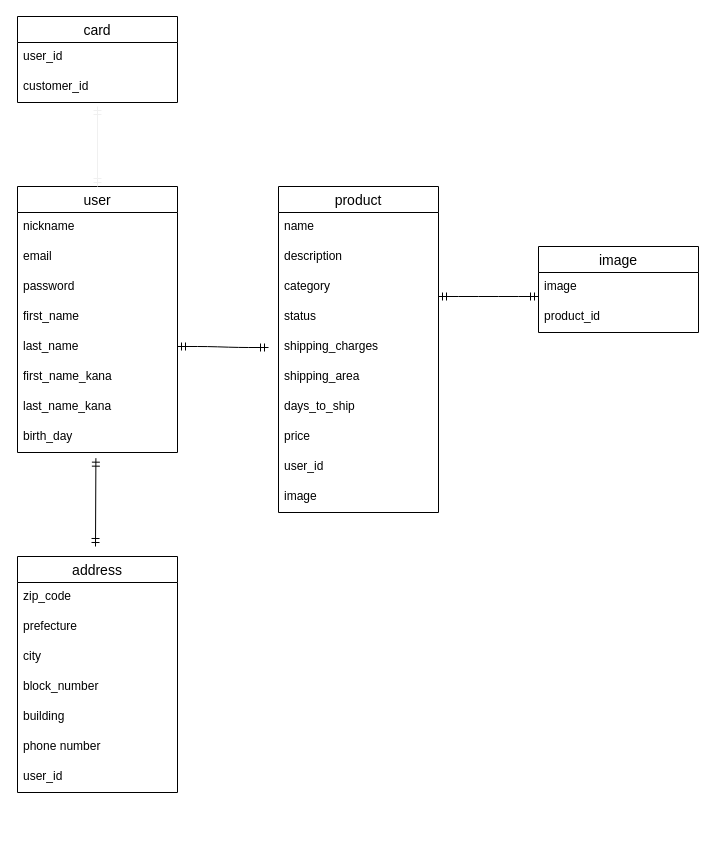
yutagotoinc/furima-31906 keeps this draw.io diagram as config/er.dio. Above is the earlier version. Source tidied: cells renumbered, new cells numbered last; positions are measured from the earlier drawing's top-left corner, leaving out a move shared by most shapes. Both pictures are drawn from the tidied source at 100%, with x=0, y=0 at pixel (17, 16).
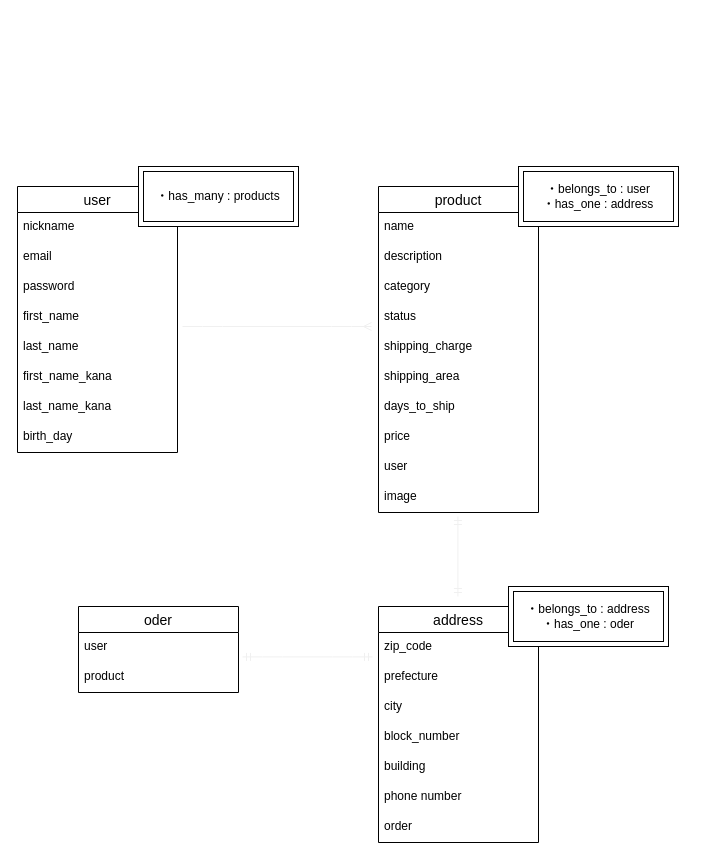
The same diagram, later.

Commit message (it also covers changes not shown here):
データベース修正

・データベースのカラム修正
・ER図の修正
・アソシエーションの記載

Unchanged cells that the change refers to:
```xml
<mxCell id="2" value="user" style="swimlane;fontStyle=0;horizontal=1;startSize=26;align=center;fontSize=14;" parent="1" vertex="1">
  <mxGeometry y="170" width="160" height="266" as="geometry" />
</mxCell>
<mxCell id="10" value="birth_day" style="text;strokeColor=none;fillColor=none;spacingLeft=4;spacingRight=4;overflow=hidden;points=[[0,0.5],[1,0.5]];portConstraint=eastwest;fontSize=12;" parent="2" vertex="1">
  <mxGeometry y="236" width="160" height="30" as="geometry" />
</mxCell>
```

The edit, as a diff of the source:
```diff
@@
     <mxCell id="11" value="product" style="swimlane;fontStyle=0;horizontal=1;startSize=26;align=center;fontSize=14;" parent="1" vertex="1">
-      <mxGeometry x="261" y="170" width="160" height="326" as="geometry" />
+      <mxGeometry x="361" y="170" width="160" height="326" as="geometry" />
     </mxCell>
@@
-    <mxCell id="16" value="shipping_charges" style="text;strokeColor=none;fillColor=none;spacingLeft=4;spacingRight=4;overflow=hidden;fontSize=12;" parent="11" vertex="1">
+    <mxCell id="16" value="shipping_charge" style="text;strokeColor=none;fillColor=none;spacingLeft=4;spacingRight=4;overflow=hidden;fontSize=12;" parent="11" vertex="1">
       <mxGeometry y="146" width="160" height="30" as="geometry" />
     </mxCell>
@@
-    <mxCell id="20" value="user_id" style="text;strokeColor=none;fillColor=none;spacingLeft=4;spacingRight=4;overflow=hidden;fontSize=12;" parent="11" vertex="1">
+    <mxCell id="20" value="user" style="text;strokeColor=none;fillColor=none;spacingLeft=4;spacingRight=4;overflow=hidden;fontSize=12;" parent="11" vertex="1">
       <mxGeometry y="266" width="160" height="30" as="geometry" />
     </mxCell>
@@
-    <mxCell id="22" style="edgeStyle=entityRelationEdgeStyle;fontSize=12;html=1;endArrow=ERmandOne;startArrow=ERmandOne;" parent="1" edge="1">
-      <mxGeometry relative="1" as="geometry">
-        <mxPoint x="160" y="330" as="sourcePoint" />
-        <mxPoint x="251" y="331" as="targetPoint" />
-      </mxGeometry>
-    </mxCell>
-    <mxCell id="23" style="edgeStyle=entityRelationEdgeStyle;fontSize=12;html=1;endArrow=ERmandOne;startArrow=ERmandOne;" parent="1" edge="1">
-      <mxGeometry relative="1" as="geometry">
-        <mxPoint x="421" y="280" as="sourcePoint" />
-        <mxPoint x="521" y="280" as="targetPoint" />
-      </mxGeometry>
-    </mxCell>
-    <mxCell id="24" value="image" style="swimlane;fontStyle=0;horizontal=1;startSize=26;align=center;fontSize=14;" parent="1" vertex="1">
-      <mxGeometry x="521" y="230" width="160" height="86" as="geometry" />
-    </mxCell>
-    <mxCell id="25" value="image" style="text;strokeColor=none;fillColor=none;spacingLeft=4;spacingRight=4;overflow=hidden;fontSize=12;" parent="24" vertex="1">
-      <mxGeometry y="26" width="160" height="30" as="geometry" />
-    </mxCell>
-    <mxCell id="26" value="product_id" style="text;strokeColor=none;fillColor=none;spacingLeft=4;spacingRight=4;overflow=hidden;fontSize=12;" parent="24" vertex="1">
-      <mxGeometry y="56" width="160" height="30" as="geometry" />
-    </mxCell>
     <mxCell id="27" value="address" style="swimlane;fontStyle=0;horizontal=1;startSize=26;align=center;fontSize=14;" parent="1" vertex="1">
-      <mxGeometry y="540" width="160" height="236" as="geometry" />
+      <mxGeometry x="361" y="590" width="160" height="236" as="geometry" />
     </mxCell>
@@
-    <mxCell id="34" value="user_id" style="text;strokeColor=none;fillColor=none;spacingLeft=4;spacingRight=4;overflow=hidden;fontSize=12;" parent="27" vertex="1">
+    <mxCell id="34" value="order" style="text;strokeColor=none;fillColor=none;spacingLeft=4;spacingRight=4;overflow=hidden;fontSize=12;" parent="27" vertex="1">
       <mxGeometry y="206" width="160" height="30" as="geometry" />
     </mxCell>
-    <mxCell id="35" style="fontSize=12;html=1;endArrow=ERmandOne;startArrow=ERmandOne;exitX=0.49;exitY=1.189;exitDx=0;exitDy=0;exitPerimeter=0;" parent="1" edge="1" source="10">
-      <mxGeometry relative="1" as="geometry">
-        <mxPoint x="78" y="530" as="targetPoint" />
-      </mxGeometry>
-    </mxCell>
-    <mxCell id="36" value="card" style="swimlane;fontStyle=0;horizontal=1;startSize=26;align=center;fontSize=14;" parent="1" vertex="1">
-      <mxGeometry width="160" height="86" as="geometry" />
-    </mxCell>
-    <mxCell id="37" value="user_id" style="text;strokeColor=none;fillColor=none;spacingLeft=4;spacingRight=4;overflow=hidden;fontSize=12;" parent="36" vertex="1">
-      <mxGeometry y="26" width="160" height="30" as="geometry" />
-    </mxCell>
-    <mxCell id="38" value="customer_id" style="text;strokeColor=none;fillColor=none;spacingLeft=4;spacingRight=4;overflow=hidden;fontSize=12;" parent="36" vertex="1">
-      <mxGeometry y="56" width="160" height="30" as="geometry" />
-    </mxCell>
-    <mxCell id="39" style="fontSize=12;html=1;endArrow=ERmandOne;startArrow=ERmandOne;strokeColor=#f0f0f0;shadow=0;entryX=0.5;entryY=0;entryDx=0;entryDy=0;" parent="1" edge="1" target="2">
-      <mxGeometry relative="1" as="geometry">
-        <mxPoint x="80" y="90" as="sourcePoint" />
-      </mxGeometry>
-    </mxCell>
+    <mxCell id="40" style="edgeStyle=entityRelationEdgeStyle;fontSize=12;html=1;endArrow=ERmany;shadow=0;strokeColor=#f0f0f0;" parent="1" edge="1">
+      <mxGeometry relative="1" as="geometry">
+        <mxPoint x="165" y="310" as="sourcePoint" />
+        <mxPoint x="354" y="310" as="targetPoint" />
+      </mxGeometry>
+    </mxCell>
+    <mxCell id="41" value="oder" style="swimlane;fontStyle=0;horizontal=1;startSize=26;align=center;fontSize=14;" parent="1" vertex="1">
+      <mxGeometry x="61" y="590" width="160" height="86" as="geometry" />
+    </mxCell>
+    <mxCell id="42" value="user" style="text;strokeColor=none;fillColor=none;spacingLeft=4;spacingRight=4;overflow=hidden;fontSize=12;" parent="41" vertex="1">
+      <mxGeometry y="26" width="160" height="30" as="geometry" />
+    </mxCell>
+    <mxCell id="43" value="product" style="text;strokeColor=none;fillColor=none;spacingLeft=4;spacingRight=4;overflow=hidden;fontSize=12;" parent="41" vertex="1">
+      <mxGeometry y="56" width="160" height="30" as="geometry" />
+    </mxCell>
+    <mxCell id="44" style="fontSize=12;html=1;endArrow=ERmandOne;startArrow=ERmandOne;shadow=0;strokeColor=#f0f0f0;" parent="1" edge="1">
+      <mxGeometry relative="1" as="geometry">
+        <mxPoint x="440.4" y="500" as="sourcePoint" />
+        <mxPoint x="440.4" y="580" as="targetPoint" />
+      </mxGeometry>
+    </mxCell>
+    <mxCell id="45" value="・has_many : products" style="shape=ext;margin=3;double=1;whiteSpace=wrap;html=1;align=center;" parent="1" vertex="1">
+      <mxGeometry x="121" y="150" width="160" height="60" as="geometry" />
+    </mxCell>
+    <mxCell id="46" value="・belongs_to : user&lt;br&gt;・has_one : address" style="shape=ext;margin=3;double=1;whiteSpace=wrap;html=1;align=center;" parent="1" vertex="1">
+      <mxGeometry x="501" y="150" width="160" height="60" as="geometry" />
+    </mxCell>
+    <mxCell id="47" style="edgeStyle=entityRelationEdgeStyle;fontSize=12;html=1;endArrow=ERmandOne;startArrow=ERmandOne;shadow=0;strokeColor=#f0f0f0;" parent="1" edge="1">
+      <mxGeometry relative="1" as="geometry">
+        <mxPoint x="225" y="640.4" as="sourcePoint" />
+        <mxPoint x="355" y="640.4" as="targetPoint" />
+      </mxGeometry>
+    </mxCell>
+    <mxCell id="48" value="・belongs_to : address&lt;br&gt;・has_one : oder" style="shape=ext;margin=3;double=1;whiteSpace=wrap;html=1;align=center;" parent="1" vertex="1">
+      <mxGeometry x="491" y="570" width="160" height="60" as="geometry" />
+    </mxCell>
```
